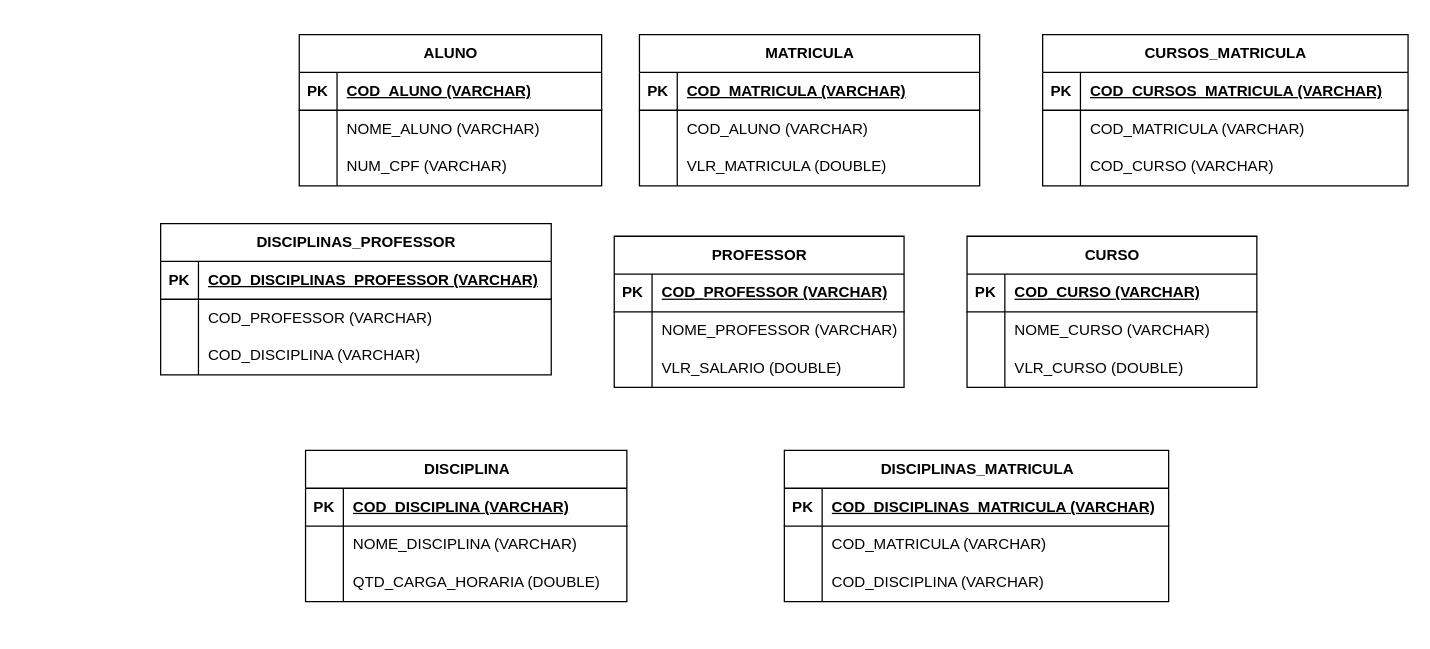
Earlier version of the draw.io diagram MATRICULA_PROJETO_LOGICO.drawio (jennifergomes/BD). Source tidied: cells renumbered, new cells numbered last; positions are measured from the earlier drawing's top-left corner, leaving out a move shared by most shapes. Both pictures are drawn from the tidied source at 126%, with x=0, y=0 at pixel (160, 34).
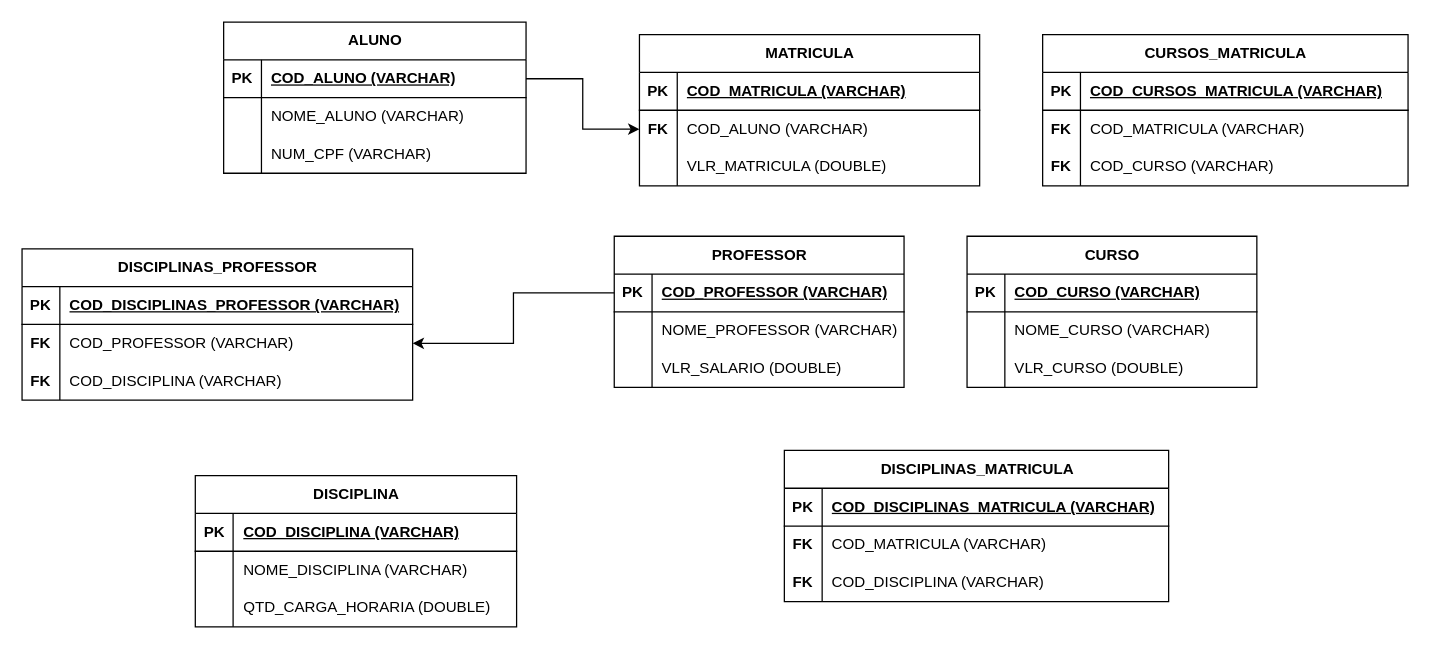
The same page after the edit.

The change refers to these unchanged cells:
```xml
<mxCell id="3" style="shape=tableRow;horizontal=0;startSize=0;swimlaneHead=0;swimlaneBody=0;fillColor=none;points=[[0,0.5],[1,0.5]];portConstraint=eastwest;top=0;left=0;right=0;bottom=1;" parent="2" vertex="1">
  <mxGeometry y="30" width="240" height="30" as="geometry" />
</mxCell>
<mxCell id="16" style="shape=tableRow;horizontal=0;startSize=0;swimlaneHead=0;swimlaneBody=0;fillColor=none;points=[[0,0.5],[1,0.5]];portConstraint=eastwest;top=0;left=0;right=0;bottom=0;" parent="12" vertex="1">
  <mxGeometry y="60" width="270" height="30" as="geometry" />
</mxCell>
<mxCell id="26" style="shape=tableRow;horizontal=0;startSize=0;swimlaneHead=0;swimlaneBody=0;fillColor=none;top=0;left=0;right=0;bottom=0;" parent="22" vertex="1">
  <mxGeometry y="60" width="290" height="30" as="geometry" />
</mxCell>
<mxCell id="29" style="shape=tableRow;horizontal=0;startSize=0;swimlaneHead=0;swimlaneBody=0;fillColor=none;top=0;left=0;right=0;bottom=0;" parent="22" vertex="1">
  <mxGeometry y="90" width="290" height="30" as="geometry" />
</mxCell>
<mxCell id="36" style="shape=tableRow;horizontal=0;startSize=0;swimlaneHead=0;swimlaneBody=0;fillColor=none;points=[[0,0.5],[1,0.5]];portConstraint=eastwest;top=0;left=0;right=0;bottom=0;" parent="32" vertex="1">
  <mxGeometry y="60" width="310" height="30" as="geometry" />
</mxCell>
<mxCell id="39" style="shape=tableRow;horizontal=0;startSize=0;swimlaneHead=0;swimlaneBody=0;fillColor=none;top=0;left=0;right=0;bottom=0;" parent="32" vertex="1">
  <mxGeometry y="90" width="310" height="30" as="geometry" />
</mxCell>
<mxCell id="43" style="shape=tableRow;horizontal=0;startSize=0;swimlaneHead=0;swimlaneBody=0;fillColor=none;points=[[0,0.5],[1,0.5]];portConstraint=eastwest;top=0;left=0;right=0;bottom=1;" parent="42" vertex="1">
  <mxGeometry y="30" width="230" height="30" as="geometry" />
</mxCell>
<mxCell id="76" style="shape=tableRow;horizontal=0;startSize=0;swimlaneHead=0;swimlaneBody=0;fillColor=none;top=0;left=0;right=0;bottom=0;" parent="72" vertex="1">
  <mxGeometry y="60" width="305" height="30" as="geometry" />
</mxCell>
<mxCell id="79" style="shape=tableRow;horizontal=0;startSize=0;swimlaneHead=0;swimlaneBody=0;fillColor=none;top=0;left=0;right=0;bottom=0;" parent="72" vertex="1">
  <mxGeometry y="90" width="305" height="30" as="geometry" />
</mxCell>
```

The edit, as a diff of the source:
```diff
@@
     <mxCell id="2" value="ALUNO" style="shape=table;startSize=30;childLayout=tableLayout;rowLines=0;fontStyle=1;align=center;html=1;" parent="1" vertex="1">
-      <mxGeometry x="110" width="240" height="120" as="geometry" />
+      <mxGeometry x="50" y="-10" width="240" height="120" as="geometry" />
     </mxCell>
@@
-    <mxCell id="17" style="shape=partialRectangle;fillColor=none;top=0;left=0;bottom=0;right=0;overflow=hidden;whiteSpace=wrap;html=1;" parent="16" vertex="1">
+    <mxCell id="17" value="&lt;b&gt;FK&lt;/b&gt;" style="shape=partialRectangle;fillColor=none;top=0;left=0;bottom=0;right=0;overflow=hidden;whiteSpace=wrap;html=1;" parent="16" vertex="1">
       <mxGeometry width="30" height="30" as="geometry" />
     </mxCell>
@@
-    <mxCell id="27" style="shape=partialRectangle;fillColor=none;top=0;left=0;bottom=0;right=0;overflow=hidden;whiteSpace=wrap;html=1;" parent="26" vertex="1">
+    <mxCell id="27" value="&lt;b style=&quot;border-color: var(--border-color);&quot;&gt;FK&lt;/b&gt;" style="shape=partialRectangle;fillColor=none;top=0;left=0;bottom=0;right=0;overflow=hidden;whiteSpace=wrap;html=1;" parent="26" vertex="1">
       <mxGeometry width="30" height="30" as="geometry" />
     </mxCell>
@@
-    <mxCell id="30" style="shape=partialRectangle;fillColor=none;top=0;left=0;bottom=0;right=0;overflow=hidden;whiteSpace=wrap;html=1;" parent="29" vertex="1">
+    <mxCell id="30" value="&lt;b style=&quot;border-color: var(--border-color);&quot;&gt;FK&lt;/b&gt;" style="shape=partialRectangle;fillColor=none;top=0;left=0;bottom=0;right=0;overflow=hidden;whiteSpace=wrap;html=1;" parent="29" vertex="1">
       <mxGeometry width="30" height="30" as="geometry" />
     </mxCell>
@@
     <mxCell id="32" value="DISCIPLINAS_PROFESSOR" style="shape=table;startSize=30;childLayout=tableLayout;rowLines=0;fontStyle=1;align=center;html=1;" parent="1" vertex="1">
-      <mxGeometry y="150" width="310" height="120" as="geometry" />
+      <mxGeometry x="-110" y="170" width="310" height="120" as="geometry" />
     </mxCell>
@@
-    <mxCell id="37" style="shape=partialRectangle;fillColor=none;top=0;left=0;bottom=0;right=0;overflow=hidden;whiteSpace=wrap;html=1;" parent="36" vertex="1">
+    <mxCell id="37" value="&lt;b style=&quot;border-color: var(--border-color);&quot;&gt;FK&lt;/b&gt;" style="shape=partialRectangle;fillColor=none;top=0;left=0;bottom=0;right=0;overflow=hidden;whiteSpace=wrap;html=1;" parent="36" vertex="1">
       <mxGeometry width="30" height="30" as="geometry" />
     </mxCell>
@@
-    <mxCell id="40" style="shape=partialRectangle;fillColor=none;top=0;left=0;bottom=0;right=0;overflow=hidden;whiteSpace=wrap;html=1;" parent="39" vertex="1">
+    <mxCell id="40" value="&lt;b style=&quot;border-color: var(--border-color);&quot;&gt;FK&lt;/b&gt;" style="shape=partialRectangle;fillColor=none;top=0;left=0;bottom=0;right=0;overflow=hidden;whiteSpace=wrap;html=1;" parent="39" vertex="1">
       <mxGeometry width="30" height="30" as="geometry" />
     </mxCell>
@@
     <mxCell id="62" value="DISCIPLINA" style="shape=table;startSize=30;childLayout=tableLayout;rowLines=0;fontStyle=1;align=center;html=1;" parent="1" vertex="1">
-      <mxGeometry x="115" y="330" width="255" height="120" as="geometry" />
+      <mxGeometry x="27.5" y="350" width="255" height="120" as="geometry" />
     </mxCell>
@@
-    <mxCell id="77" style="shape=partialRectangle;fillColor=none;top=0;left=0;bottom=0;right=0;overflow=hidden;whiteSpace=wrap;html=1;" parent="76" vertex="1">
+    <mxCell id="77" value="&lt;b style=&quot;border-color: var(--border-color);&quot;&gt;FK&lt;/b&gt;" style="shape=partialRectangle;fillColor=none;top=0;left=0;bottom=0;right=0;overflow=hidden;whiteSpace=wrap;html=1;" parent="76" vertex="1">
       <mxGeometry width="30" height="30" as="geometry" />
     </mxCell>
@@
-    <mxCell id="80" style="shape=partialRectangle;fillColor=none;top=0;left=0;bottom=0;right=0;overflow=hidden;whiteSpace=wrap;html=1;" parent="79" vertex="1">
+    <mxCell id="80" value="&lt;b style=&quot;border-color: var(--border-color);&quot;&gt;FK&lt;/b&gt;" style="shape=partialRectangle;fillColor=none;top=0;left=0;bottom=0;right=0;overflow=hidden;whiteSpace=wrap;html=1;" parent="79" vertex="1">
       <mxGeometry width="30" height="30" as="geometry" />
     </mxCell>
@@
+    <mxCell id="82" style="edgeStyle=orthogonalEdgeStyle;rounded=0;jettySize=auto;html=1;entryX=0;entryY=0.5;entryDx=0;entryDy=0;" parent="1" edge="1" source="3" target="16">
+      <mxGeometry relative="1" as="geometry" />
+    </mxCell>
+    <mxCell id="83" style="edgeStyle=orthogonalEdgeStyle;rounded=0;jettySize=auto;html=1;entryX=1;entryY=0.5;entryDx=0;entryDy=0;" parent="1" edge="1" source="43" target="36">
+      <mxGeometry relative="1" as="geometry" />
+    </mxCell>
```
